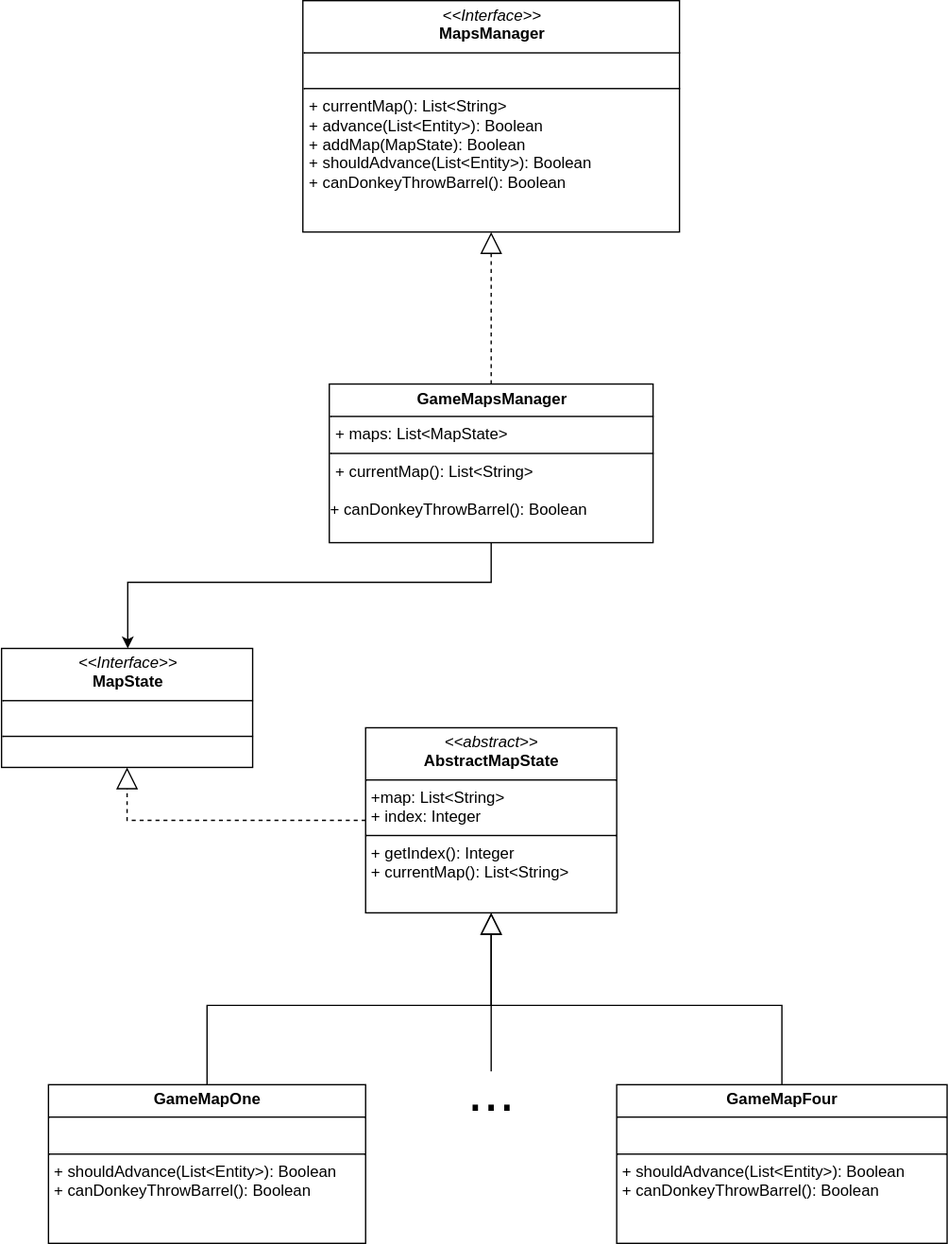
Before: report/svg/GameMapsManager.svg, a diagram exported from draw.io (unibo-oop-projects/OOP24-AlessandroRebosio-FilippoRicciotti-Grace-GraziaBochdanovits-RenovateBot-coffeBreak). Source tidied: cells renumbered, new cells last; positions are measured from the earlier drawing's top-left corner, leaving out a move shared by most shapes. The source it was exported from:
```xml
<mxGraphModel>
  <root>
    <mxCell id="0" />
    <mxCell id="1" parent="0" />
    <mxCell id="2" value="&lt;p style=&quot;margin:0px;margin-top:4px;text-align:center;&quot;&gt;&lt;i&gt;&amp;lt;&amp;lt;Interface&amp;gt;&amp;gt;&lt;/i&gt;&lt;br&gt;&lt;b&gt;MapsManager&lt;/b&gt;&lt;/p&gt;&lt;hr size=&quot;1&quot; style=&quot;border-style:solid;&quot;&gt;&lt;p style=&quot;margin:0px;margin-left:4px;&quot;&gt;&lt;br&gt;&lt;/p&gt;&lt;hr size=&quot;1&quot; style=&quot;border-style:solid;&quot;&gt;&lt;p style=&quot;margin:0px;margin-left:4px;&quot;&gt;+ currentMap(): List&amp;lt;String&amp;gt;&lt;br&gt;+ advance(List&amp;lt;Entity&amp;gt;): Boolean&lt;/p&gt;&lt;p style=&quot;margin:0px;margin-left:4px;&quot;&gt;+ addMap(MapState): Boolean&lt;/p&gt;&lt;p style=&quot;margin:0px;margin-left:4px;&quot;&gt;&lt;span style=&quot;background-color: transparent; color: light-dark(rgb(0, 0, 0), rgb(255, 255, 255));&quot;&gt;+ shouldAdvance(List&amp;lt;Entity&amp;gt;): Boolean&lt;/span&gt;&lt;/p&gt;&lt;p style=&quot;margin:0px;margin-left:4px;&quot;&gt;+ canDonkeyThrowBarrel(): Boolean&lt;/p&gt;&lt;p style=&quot;margin:0px;margin-left:4px;&quot;&gt;&lt;br&gt;&lt;/p&gt;" style="verticalAlign=top;align=left;overflow=fill;html=1;whiteSpace=wrap;" parent="1" vertex="1">
      <mxGeometry x="227.5" width="285" height="175" as="geometry" />
    </mxCell>
    <mxCell id="3" style="edgeStyle=orthogonalEdgeStyle;rounded=0;jettySize=auto;html=1;entryX=0.5;entryY=1;entryDx=0;entryDy=0;dashed=1;endArrow=block;endFill=0;endSize=14;" parent="1" edge="1" source="4" target="11">
      <mxGeometry relative="1" as="geometry" />
    </mxCell>
    <mxCell id="4" value="&lt;p style=&quot;margin:0px;margin-top:4px;text-align:center;&quot;&gt;&lt;i&gt;&amp;lt;&amp;lt;abstract&amp;gt;&amp;gt;&lt;/i&gt;&lt;br&gt;&lt;b&gt;AbstractMapState&lt;/b&gt;&lt;/p&gt;&lt;hr size=&quot;1&quot; style=&quot;border-style:solid;&quot;&gt;&lt;p style=&quot;margin:0px;margin-left:4px;&quot;&gt;+map: List&amp;lt;String&amp;gt;&lt;br&gt;+ index: Integer&lt;/p&gt;&lt;hr size=&quot;1&quot; style=&quot;border-style:solid;&quot;&gt;&lt;p style=&quot;margin:0px;margin-left:4px;&quot;&gt;+ getIndex(): Integer&lt;br&gt;+ currentMap(): List&amp;lt;String&amp;gt;&lt;/p&gt;" style="verticalAlign=top;align=left;overflow=fill;html=1;whiteSpace=wrap;" parent="1" vertex="1">
      <mxGeometry x="275" y="550" width="190" height="140" as="geometry" />
    </mxCell>
    <mxCell id="5" style="edgeStyle=orthogonalEdgeStyle;rounded=0;jettySize=auto;html=1;entryX=0.5;entryY=1;entryDx=0;entryDy=0;endArrow=block;endFill=0;endSize=14;" parent="1" edge="1" source="6" target="4">
      <mxGeometry relative="1" as="geometry" />
    </mxCell>
    <mxCell id="6" value="&lt;p style=&quot;margin:0px;margin-top:4px;text-align:center;&quot;&gt;&lt;b&gt;GameMapOne&lt;/b&gt;&lt;/p&gt;&lt;hr size=&quot;1&quot; style=&quot;border-style:solid;&quot;&gt;&lt;p style=&quot;margin:0px;margin-left:4px;&quot;&gt;&lt;br&gt;&lt;/p&gt;&lt;hr size=&quot;1&quot; style=&quot;border-style:solid;&quot;&gt;&lt;p style=&quot;margin: 0px 0px 0px 4px;&quot;&gt;&lt;span style=&quot;background-color: transparent; color: light-dark(rgb(0, 0, 0), rgb(255, 255, 255));&quot;&gt;+ shouldAdvance(List&amp;lt;Entity&amp;gt;): Boolean&lt;/span&gt;&lt;/p&gt;&lt;div&gt;&lt;p style=&quot;margin: 0px 0px 0px 4px;&quot;&gt;+ canDonkeyThrowBarrel(): Boolean&lt;/p&gt;&lt;p style=&quot;margin: 0px 0px 0px 4px;&quot;&gt;&lt;br&gt;&lt;/p&gt;&lt;/div&gt;" style="verticalAlign=top;align=left;overflow=fill;html=1;whiteSpace=wrap;" parent="1" vertex="1">
      <mxGeometry x="35" y="820" width="240" height="120" as="geometry" />
    </mxCell>
    <mxCell id="7" style="edgeStyle=orthogonalEdgeStyle;rounded=0;jettySize=auto;html=1;endArrow=block;endFill=0;endSize=14;" parent="1" edge="1" source="8" target="4">
      <mxGeometry relative="1" as="geometry" />
    </mxCell>
    <mxCell id="8" value="&lt;p style=&quot;margin:0px;margin-top:4px;text-align:center;&quot;&gt;&lt;b&gt;GameMapFour&lt;/b&gt;&lt;/p&gt;&lt;hr size=&quot;1&quot; style=&quot;border-style:solid;&quot;&gt;&lt;p style=&quot;margin:0px;margin-left:4px;&quot;&gt;&lt;br&gt;&lt;/p&gt;&lt;hr size=&quot;1&quot; style=&quot;border-style:solid;&quot;&gt;&lt;p style=&quot;margin: 0px 0px 0px 4px;&quot;&gt;&lt;span style=&quot;background-color: transparent; color: light-dark(rgb(0, 0, 0), rgb(255, 255, 255));&quot;&gt;+ shouldAdvance(List&amp;lt;Entity&amp;gt;): Boolean&lt;/span&gt;&lt;/p&gt;&lt;div&gt;&lt;p style=&quot;margin: 0px 0px 0px 4px;&quot;&gt;+ canDonkeyThrowBarrel(): Boolean&lt;/p&gt;&lt;p style=&quot;margin: 0px 0px 0px 4px;&quot;&gt;&lt;br&gt;&lt;/p&gt;&lt;/div&gt;" style="verticalAlign=top;align=left;overflow=fill;html=1;whiteSpace=wrap;" parent="1" vertex="1">
      <mxGeometry x="465" y="820" width="250" height="120" as="geometry" />
    </mxCell>
    <mxCell id="9" style="edgeStyle=orthogonalEdgeStyle;rounded=0;jettySize=auto;html=1;endArrow=none;endFill=0;" parent="1" edge="1" source="10">
      <mxGeometry relative="1" as="geometry">
        <mxPoint x="370" y="760" as="targetPoint" />
      </mxGeometry>
    </mxCell>
    <mxCell id="10" value="&lt;font style=&quot;font-size: 43px;&quot;&gt;...&lt;/font&gt;" style="text;strokeColor=none;align=center;fillColor=none;html=1;verticalAlign=middle;whiteSpace=wrap;rounded=0;" parent="1" vertex="1">
      <mxGeometry x="340" y="810" width="60" height="30" as="geometry" />
    </mxCell>
    <mxCell id="11" value="&lt;p style=&quot;margin:0px;margin-top:4px;text-align:center;&quot;&gt;&lt;i&gt;&amp;lt;&amp;lt;Interface&amp;gt;&amp;gt;&lt;/i&gt;&lt;br&gt;&lt;b&gt;MapState&lt;/b&gt;&lt;/p&gt;&lt;hr size=&quot;1&quot; style=&quot;border-style:solid;&quot;&gt;&lt;p style=&quot;margin:0px;margin-left:4px;&quot;&gt;&lt;br&gt;&lt;/p&gt;&lt;hr size=&quot;1&quot; style=&quot;border-style:solid;&quot;&gt;&lt;p style=&quot;margin:0px;margin-left:4px;&quot;&gt;&lt;br&gt;&lt;/p&gt;" style="verticalAlign=top;align=left;overflow=fill;html=1;whiteSpace=wrap;" parent="1" vertex="1">
      <mxGeometry x="-0.5" y="490" width="190" height="90" as="geometry" />
    </mxCell>
    <mxCell id="12" style="edgeStyle=orthogonalEdgeStyle;rounded=0;jettySize=auto;html=1;" parent="1" edge="1" source="14" target="11">
      <mxGeometry relative="1" as="geometry">
        <Array as="points">
          <mxPoint x="370" y="440" />
          <mxPoint x="95" y="440" />
        </Array>
      </mxGeometry>
    </mxCell>
    <mxCell id="13" style="edgeStyle=orthogonalEdgeStyle;rounded=0;jettySize=auto;html=1;entryX=0.5;entryY=1;entryDx=0;entryDy=0;dashed=1;endArrow=block;endFill=0;endSize=14;" parent="1" edge="1" source="14" target="2">
      <mxGeometry relative="1" as="geometry" />
    </mxCell>
    <mxCell id="14" value="&lt;p style=&quot;margin:0px;margin-top:4px;text-align:center;&quot;&gt;&lt;b&gt;GameMapsManager&lt;/b&gt;&lt;/p&gt;&lt;hr size=&quot;1&quot; style=&quot;border-style:solid;&quot;&gt;&lt;p style=&quot;margin:0px;margin-left:4px;&quot;&gt;+ maps: List&amp;lt;MapState&amp;gt;&lt;/p&gt;&lt;hr size=&quot;1&quot; style=&quot;border-style:solid;&quot;&gt;&lt;p style=&quot;margin:0px;margin-left:4px;&quot;&gt;+ currentMap():&amp;nbsp;&lt;span style=&quot;background-color: transparent; color: light-dark(rgb(0, 0, 0), rgb(255, 255, 255));&quot;&gt;List&amp;lt;String&amp;gt;&lt;/span&gt;&lt;/p&gt;&lt;div&gt;&lt;span style=&quot;background-color: transparent; color: light-dark(rgb(0, 0, 0), rgb(255, 255, 255));&quot;&gt;&amp;nbsp;&lt;/span&gt;&lt;/div&gt;&lt;div&gt;&lt;span style=&quot;background-color: transparent; color: light-dark(rgb(0, 0, 0), rgb(255, 255, 255));&quot;&gt;+ canDonkeyThrowBarrel():&amp;nbsp;&lt;/span&gt;&lt;span style=&quot;background-color: transparent; color: light-dark(rgb(0, 0, 0), rgb(255, 255, 255));&quot;&gt;Boolean&lt;/span&gt;&lt;/div&gt;&lt;p style=&quot;margin:0px;margin-left:4px;&quot;&gt;&lt;br&gt;&lt;/p&gt;&lt;p style=&quot;margin:0px;margin-left:4px;&quot;&gt;&lt;br&gt;&lt;/p&gt;" style="verticalAlign=top;align=left;overflow=fill;html=1;whiteSpace=wrap;" parent="1" vertex="1">
      <mxGeometry x="247.5" y="290" width="245" height="120" as="geometry" />
    </mxCell>
  </root>
</mxGraphModel>
```
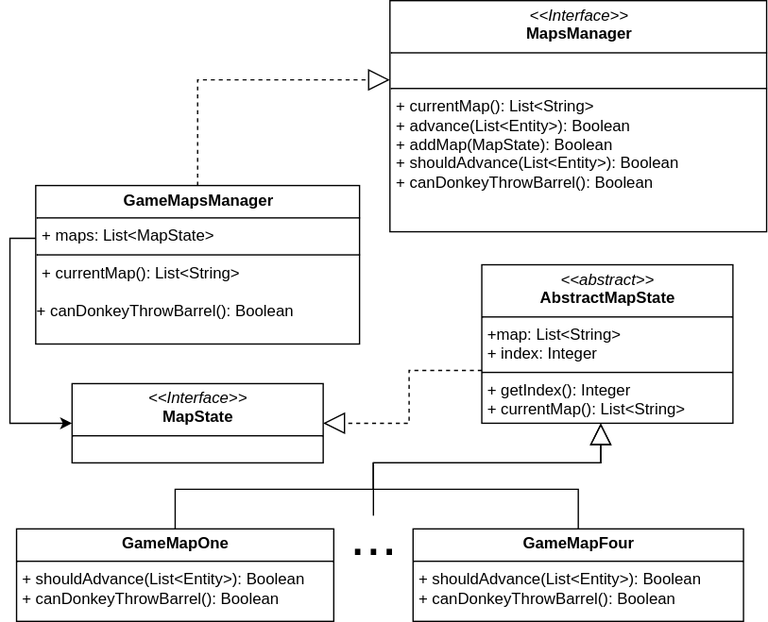
Above is the later version.

Diff of the diagram source:
```diff
@@ -3,50 +3,78 @@
     <mxCell id="0" />
     <mxCell id="1" parent="0" />
     <mxCell id="2" value="&lt;p style=&quot;margin:0px;margin-top:4px;text-align:center;&quot;&gt;&lt;i&gt;&amp;lt;&amp;lt;Interface&amp;gt;&amp;gt;&lt;/i&gt;&lt;br&gt;&lt;b&gt;MapsManager&lt;/b&gt;&lt;/p&gt;&lt;hr size=&quot;1&quot; style=&quot;border-style:solid;&quot;&gt;&lt;p style=&quot;margin:0px;margin-left:4px;&quot;&gt;&lt;br&gt;&lt;/p&gt;&lt;hr size=&quot;1&quot; style=&quot;border-style:solid;&quot;&gt;&lt;p style=&quot;margin:0px;margin-left:4px;&quot;&gt;+ currentMap(): List&amp;lt;String&amp;gt;&lt;br&gt;+ advance(List&amp;lt;Entity&amp;gt;): Boolean&lt;/p&gt;&lt;p style=&quot;margin:0px;margin-left:4px;&quot;&gt;+ addMap(MapState): Boolean&lt;/p&gt;&lt;p style=&quot;margin:0px;margin-left:4px;&quot;&gt;&lt;span style=&quot;background-color: transparent; color: light-dark(rgb(0, 0, 0), rgb(255, 255, 255));&quot;&gt;+ shouldAdvance(List&amp;lt;Entity&amp;gt;): Boolean&lt;/span&gt;&lt;/p&gt;&lt;p style=&quot;margin:0px;margin-left:4px;&quot;&gt;+ canDonkeyThrowBarrel(): Boolean&lt;/p&gt;&lt;p style=&quot;margin:0px;margin-left:4px;&quot;&gt;&lt;br&gt;&lt;/p&gt;" style="verticalAlign=top;align=left;overflow=fill;html=1;whiteSpace=wrap;" parent="1" vertex="1">
-      <mxGeometry x="227.5" width="285" height="175" as="geometry" />
+      <mxGeometry x="382.5" y="420" width="285" height="175" as="geometry" />
     </mxCell>
-    <mxCell id="3" style="edgeStyle=orthogonalEdgeStyle;rounded=0;jettySize=auto;html=1;entryX=0.5;entryY=1;entryDx=0;entryDy=0;dashed=1;endArrow=block;endFill=0;endSize=14;" parent="1" edge="1" source="4" target="11">
-      <mxGeometry relative="1" as="geometry" />
+    <mxCell id="3" style="edgeStyle=orthogonalEdgeStyle;rounded=0;jettySize=auto;html=1;dashed=1;endArrow=block;endFill=0;endSize=14;" parent="1" edge="1" source="4" target="11">
+      <mxGeometry relative="1" as="geometry">
+        <Array as="points">
+          <mxPoint x="397" y="700" />
+          <mxPoint x="397" y="740" />
+        </Array>
+      </mxGeometry>
     </mxCell>
     <mxCell id="4" value="&lt;p style=&quot;margin:0px;margin-top:4px;text-align:center;&quot;&gt;&lt;i&gt;&amp;lt;&amp;lt;abstract&amp;gt;&amp;gt;&lt;/i&gt;&lt;br&gt;&lt;b&gt;AbstractMapState&lt;/b&gt;&lt;/p&gt;&lt;hr size=&quot;1&quot; style=&quot;border-style:solid;&quot;&gt;&lt;p style=&quot;margin:0px;margin-left:4px;&quot;&gt;+map: List&amp;lt;String&amp;gt;&lt;br&gt;+ index: Integer&lt;/p&gt;&lt;hr size=&quot;1&quot; style=&quot;border-style:solid;&quot;&gt;&lt;p style=&quot;margin:0px;margin-left:4px;&quot;&gt;+ getIndex(): Integer&lt;br&gt;+ currentMap(): List&amp;lt;String&amp;gt;&lt;/p&gt;" style="verticalAlign=top;align=left;overflow=fill;html=1;whiteSpace=wrap;" parent="1" vertex="1">
-      <mxGeometry x="275" y="550" width="190" height="140" as="geometry" />
+      <mxGeometry x="452" y="620" width="190" height="120" as="geometry" />
     </mxCell>
-    <mxCell id="5" style="edgeStyle=orthogonalEdgeStyle;rounded=0;jettySize=auto;html=1;entryX=0.5;entryY=1;entryDx=0;entryDy=0;endArrow=block;endFill=0;endSize=14;" parent="1" edge="1" source="6" target="4">
-      <mxGeometry relative="1" as="geometry" />
+    <mxCell id="5" style="edgeStyle=orthogonalEdgeStyle;rounded=0;jettySize=auto;html=1;endArrow=block;endFill=0;endSize=14;" parent="1" edge="1" source="6">
+      <mxGeometry relative="1" as="geometry">
+        <mxPoint x="542" y="740" as="targetPoint" />
+        <Array as="points">
+          <mxPoint x="220" y="790" />
+          <mxPoint x="370" y="790" />
+          <mxPoint x="370" y="770" />
+          <mxPoint x="542" y="770" />
+        </Array>
+      </mxGeometry>
     </mxCell>
-    <mxCell id="6" value="&lt;p style=&quot;margin:0px;margin-top:4px;text-align:center;&quot;&gt;&lt;b&gt;GameMapOne&lt;/b&gt;&lt;/p&gt;&lt;hr size=&quot;1&quot; style=&quot;border-style:solid;&quot;&gt;&lt;p style=&quot;margin:0px;margin-left:4px;&quot;&gt;&lt;br&gt;&lt;/p&gt;&lt;hr size=&quot;1&quot; style=&quot;border-style:solid;&quot;&gt;&lt;p style=&quot;margin: 0px 0px 0px 4px;&quot;&gt;&lt;span style=&quot;background-color: transparent; color: light-dark(rgb(0, 0, 0), rgb(255, 255, 255));&quot;&gt;+ shouldAdvance(List&amp;lt;Entity&amp;gt;): Boolean&lt;/span&gt;&lt;/p&gt;&lt;div&gt;&lt;p style=&quot;margin: 0px 0px 0px 4px;&quot;&gt;+ canDonkeyThrowBarrel(): Boolean&lt;/p&gt;&lt;p style=&quot;margin: 0px 0px 0px 4px;&quot;&gt;&lt;br&gt;&lt;/p&gt;&lt;/div&gt;" style="verticalAlign=top;align=left;overflow=fill;html=1;whiteSpace=wrap;" parent="1" vertex="1">
-      <mxGeometry x="35" y="820" width="240" height="120" as="geometry" />
+    <mxCell id="6" value="&lt;p style=&quot;margin:0px;margin-top:4px;text-align:center;&quot;&gt;&lt;b&gt;GameMapOne&lt;/b&gt;&lt;/p&gt;&lt;hr size=&quot;1&quot; style=&quot;border-style:solid;&quot;&gt;&lt;p style=&quot;margin: 0px 0px 0px 4px;&quot;&gt;&lt;span style=&quot;background-color: transparent; color: light-dark(rgb(0, 0, 0), rgb(255, 255, 255));&quot;&gt;+ shouldAdvance(List&amp;lt;Entity&amp;gt;): Boolean&lt;/span&gt;&lt;/p&gt;&lt;div&gt;&lt;p style=&quot;margin: 0px 0px 0px 4px;&quot;&gt;+ canDonkeyThrowBarrel(): Boolean&lt;/p&gt;&lt;p style=&quot;margin: 0px 0px 0px 4px;&quot;&gt;&lt;br&gt;&lt;/p&gt;&lt;/div&gt;" style="verticalAlign=top;align=left;overflow=fill;html=1;whiteSpace=wrap;" parent="1" vertex="1">
+      <mxGeometry x="100" y="820" width="240" height="70" as="geometry" />
     </mxCell>
-    <mxCell id="7" style="edgeStyle=orthogonalEdgeStyle;rounded=0;jettySize=auto;html=1;endArrow=block;endFill=0;endSize=14;" parent="1" edge="1" source="8" target="4">
-      <mxGeometry relative="1" as="geometry" />
+    <mxCell id="7" style="edgeStyle=orthogonalEdgeStyle;rounded=0;jettySize=auto;html=1;endArrow=block;endFill=0;endSize=14;" parent="1" edge="1" source="8">
+      <mxGeometry relative="1" as="geometry">
+        <mxPoint x="542" y="740" as="targetPoint" />
+        <Array as="points">
+          <mxPoint x="525" y="790" />
+          <mxPoint x="370" y="790" />
+          <mxPoint x="370" y="770" />
+          <mxPoint x="542" y="770" />
+        </Array>
+      </mxGeometry>
     </mxCell>
-    <mxCell id="8" value="&lt;p style=&quot;margin:0px;margin-top:4px;text-align:center;&quot;&gt;&lt;b&gt;GameMapFour&lt;/b&gt;&lt;/p&gt;&lt;hr size=&quot;1&quot; style=&quot;border-style:solid;&quot;&gt;&lt;p style=&quot;margin:0px;margin-left:4px;&quot;&gt;&lt;br&gt;&lt;/p&gt;&lt;hr size=&quot;1&quot; style=&quot;border-style:solid;&quot;&gt;&lt;p style=&quot;margin: 0px 0px 0px 4px;&quot;&gt;&lt;span style=&quot;background-color: transparent; color: light-dark(rgb(0, 0, 0), rgb(255, 255, 255));&quot;&gt;+ shouldAdvance(List&amp;lt;Entity&amp;gt;): Boolean&lt;/span&gt;&lt;/p&gt;&lt;div&gt;&lt;p style=&quot;margin: 0px 0px 0px 4px;&quot;&gt;+ canDonkeyThrowBarrel(): Boolean&lt;/p&gt;&lt;p style=&quot;margin: 0px 0px 0px 4px;&quot;&gt;&lt;br&gt;&lt;/p&gt;&lt;/div&gt;" style="verticalAlign=top;align=left;overflow=fill;html=1;whiteSpace=wrap;" parent="1" vertex="1">
-      <mxGeometry x="465" y="820" width="250" height="120" as="geometry" />
+    <mxCell id="8" value="&lt;p style=&quot;margin:0px;margin-top:4px;text-align:center;&quot;&gt;&lt;b&gt;GameMapFour&lt;/b&gt;&lt;/p&gt;&lt;hr size=&quot;1&quot; style=&quot;border-style:solid;&quot;&gt;&lt;p style=&quot;margin: 0px 0px 0px 4px;&quot;&gt;&lt;span style=&quot;background-color: transparent; color: light-dark(rgb(0, 0, 0), rgb(255, 255, 255));&quot;&gt;+ shouldAdvance(List&amp;lt;Entity&amp;gt;): Boolean&lt;/span&gt;&lt;/p&gt;&lt;div&gt;&lt;p style=&quot;margin: 0px 0px 0px 4px;&quot;&gt;+ canDonkeyThrowBarrel(): Boolean&lt;/p&gt;&lt;p style=&quot;margin: 0px 0px 0px 4px;&quot;&gt;&lt;br&gt;&lt;/p&gt;&lt;/div&gt;" style="verticalAlign=top;align=left;overflow=fill;html=1;whiteSpace=wrap;" parent="1" vertex="1">
+      <mxGeometry x="400" y="820" width="250" height="70" as="geometry" />
     </mxCell>
     <mxCell id="9" style="edgeStyle=orthogonalEdgeStyle;rounded=0;jettySize=auto;html=1;endArrow=none;endFill=0;" parent="1" edge="1" source="10">
       <mxGeometry relative="1" as="geometry">
-        <mxPoint x="370" y="760" as="targetPoint" />
+        <mxPoint x="370" y="770" as="targetPoint" />
       </mxGeometry>
     </mxCell>
     <mxCell id="10" value="&lt;font style=&quot;font-size: 43px;&quot;&gt;...&lt;/font&gt;" style="text;strokeColor=none;align=center;fillColor=none;html=1;verticalAlign=middle;whiteSpace=wrap;rounded=0;" parent="1" vertex="1">
       <mxGeometry x="340" y="810" width="60" height="30" as="geometry" />
     </mxCell>
     <mxCell id="11" value="&lt;p style=&quot;margin:0px;margin-top:4px;text-align:center;&quot;&gt;&lt;i&gt;&amp;lt;&amp;lt;Interface&amp;gt;&amp;gt;&lt;/i&gt;&lt;br&gt;&lt;b&gt;MapState&lt;/b&gt;&lt;/p&gt;&lt;hr size=&quot;1&quot; style=&quot;border-style:solid;&quot;&gt;&lt;p style=&quot;margin:0px;margin-left:4px;&quot;&gt;&lt;br&gt;&lt;/p&gt;&lt;hr size=&quot;1&quot; style=&quot;border-style:solid;&quot;&gt;&lt;p style=&quot;margin:0px;margin-left:4px;&quot;&gt;&lt;br&gt;&lt;/p&gt;" style="verticalAlign=top;align=left;overflow=fill;html=1;whiteSpace=wrap;" parent="1" vertex="1">
-      <mxGeometry x="-0.5" y="490" width="190" height="90" as="geometry" />
+      <mxGeometry x="142" y="710" width="190" height="60" as="geometry" />
     </mxCell>
-    <mxCell id="12" style="edgeStyle=orthogonalEdgeStyle;rounded=0;jettySize=auto;html=1;" parent="1" edge="1" source="14" target="11">
+    <mxCell id="12" style="edgeStyle=orthogonalEdgeStyle;rounded=0;jettySize=auto;html=1;exitX=0.076;exitY=0.027;exitDx=0;exitDy=0;exitPerimeter=0;" parent="1" edge="1" source="14" target="11">
       <mxGeometry relative="1" as="geometry">
         <Array as="points">
-          <mxPoint x="370" y="440" />
-          <mxPoint x="95" y="440" />
+          <mxPoint x="161" y="560" />
+          <mxPoint x="142" y="560" />
+          <mxPoint x="142" y="600" />
+          <mxPoint x="95" y="600" />
+          <mxPoint x="95" y="740" />
         </Array>
       </mxGeometry>
     </mxCell>
-    <mxCell id="13" style="edgeStyle=orthogonalEdgeStyle;rounded=0;jettySize=auto;html=1;entryX=0.5;entryY=1;entryDx=0;entryDy=0;dashed=1;endArrow=block;endFill=0;endSize=14;" parent="1" edge="1" source="14" target="2">
-      <mxGeometry relative="1" as="geometry" />
+    <mxCell id="13" style="edgeStyle=orthogonalEdgeStyle;rounded=0;jettySize=auto;html=1;dashed=1;endArrow=block;endFill=0;endSize=14;" parent="1" edge="1" source="14" target="2">
+      <mxGeometry relative="1" as="geometry">
+        <Array as="points">
+          <mxPoint x="237" y="480" />
+        </Array>
+      </mxGeometry>
     </mxCell>
     <mxCell id="14" value="&lt;p style=&quot;margin:0px;margin-top:4px;text-align:center;&quot;&gt;&lt;b&gt;GameMapsManager&lt;/b&gt;&lt;/p&gt;&lt;hr size=&quot;1&quot; style=&quot;border-style:solid;&quot;&gt;&lt;p style=&quot;margin:0px;margin-left:4px;&quot;&gt;+ maps: List&amp;lt;MapState&amp;gt;&lt;/p&gt;&lt;hr size=&quot;1&quot; style=&quot;border-style:solid;&quot;&gt;&lt;p style=&quot;margin:0px;margin-left:4px;&quot;&gt;+ currentMap():&amp;nbsp;&lt;span style=&quot;background-color: transparent; color: light-dark(rgb(0, 0, 0), rgb(255, 255, 255));&quot;&gt;List&amp;lt;String&amp;gt;&lt;/span&gt;&lt;/p&gt;&lt;div&gt;&lt;span style=&quot;background-color: transparent; color: light-dark(rgb(0, 0, 0), rgb(255, 255, 255));&quot;&gt;&amp;nbsp;&lt;/span&gt;&lt;/div&gt;&lt;div&gt;&lt;span style=&quot;background-color: transparent; color: light-dark(rgb(0, 0, 0), rgb(255, 255, 255));&quot;&gt;+ canDonkeyThrowBarrel():&amp;nbsp;&lt;/span&gt;&lt;span style=&quot;background-color: transparent; color: light-dark(rgb(0, 0, 0), rgb(255, 255, 255));&quot;&gt;Boolean&lt;/span&gt;&lt;/div&gt;&lt;p style=&quot;margin:0px;margin-left:4px;&quot;&gt;&lt;br&gt;&lt;/p&gt;&lt;p style=&quot;margin:0px;margin-left:4px;&quot;&gt;&lt;br&gt;&lt;/p&gt;" style="verticalAlign=top;align=left;overflow=fill;html=1;whiteSpace=wrap;" parent="1" vertex="1">
-      <mxGeometry x="247.5" y="290" width="245" height="120" as="geometry" />
+      <mxGeometry x="114.5" y="560" width="245" height="120" as="geometry" />
     </mxCell>
   </root>
 </mxGraphModel>
```
